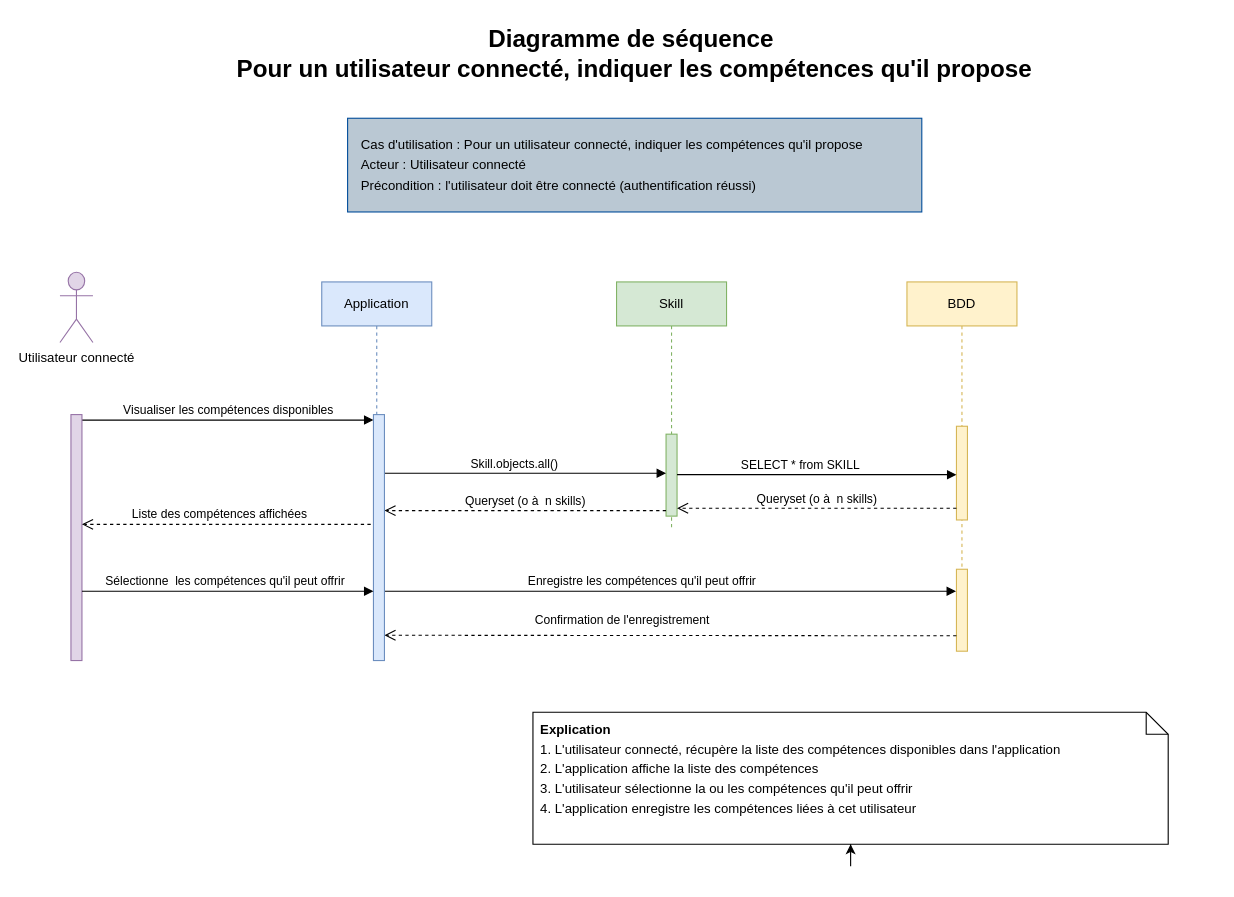
Before: page "diagramme de séquence" (3 of 4) of doc/UMLSkillsExchange.drawio in alfaro-b/Eval_Web_Python, a draw.io diagram. Source tidied: cells renumbered, new cells numbered last; positions are measured from the earlier drawing's top-left corner, leaving out a move shared by most shapes. Both pictures are drawn from the tidied source at 110%, with x=0, y=0 at pixel (59, 19).
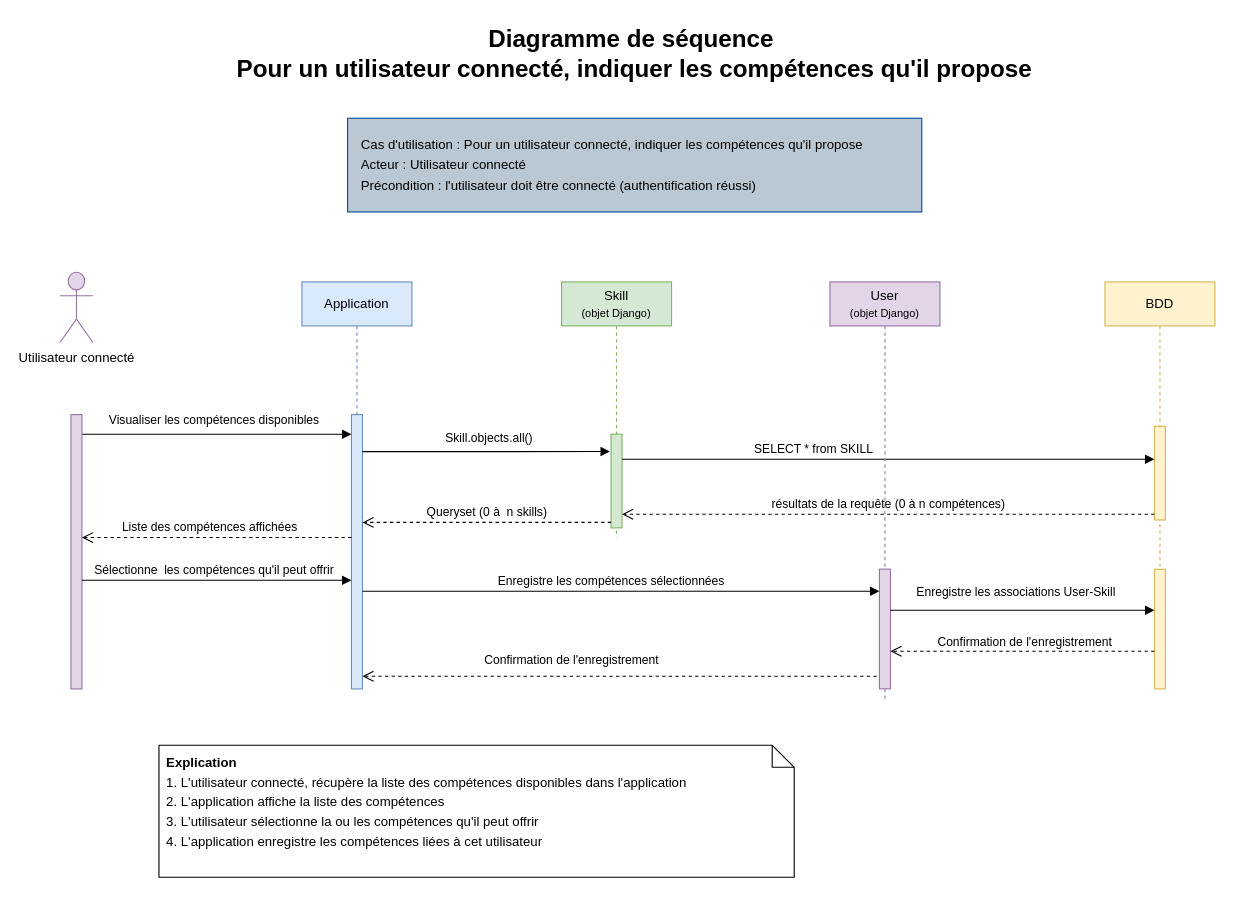
The same page after the edit.

The change refers to these unchanged cells:
```xml
<mxCell id="4" style="html=1;points=[[0,0,0,0,5],[0,1,0,0,-5],[1,0,0,0,5],[1,1,0,0,-5]];perimeter=orthogonalPerimeter;outlineConnect=0;targetShapes=umlLifeline;portConstraint=eastwest;newEdgeStyle={&quot;curved&quot;:0,&quot;rounded&quot;:0};fillColor=#fff2cc;strokeColor=#d6b656;" parent="2" vertex="1">
  <mxGeometry x="45" y="131.2" width="10" height="85.2" as="geometry" />
</mxCell>
```

Change to the diagram source:
```diff
@@
     <mxCell id="2" value="BDD" style="shape=umlLifeline;perimeter=lifelinePerimeter;whiteSpace=wrap;html=1;newEdgeStyle={&quot;curved&quot;:0,&quot;rounded&quot;:0};fillColor=#fff2cc;strokeColor=#d6b656;" parent="1" vertex="1">
-      <mxGeometry x="770" y="238.8" width="100" height="311.2" as="geometry" />
+      <mxGeometry x="950" y="238.8" width="100" height="370" as="geometry" />
     </mxCell>
     <mxCell id="3" style="html=1;points=[[0,0,0,0,5],[0,1,0,0,-5],[1,0,0,0,5],[1,1,0,0,-5]];perimeter=orthogonalPerimeter;outlineConnect=0;targetShapes=umlLifeline;portConstraint=eastwest;newEdgeStyle={&quot;curved&quot;:0,&quot;rounded&quot;:0};fillColor=#fff2cc;strokeColor=#d6b656;" parent="2" vertex="1">
-      <mxGeometry x="45" y="261.2" width="10" height="74.5" as="geometry" />
+      <mxGeometry x="45" y="261.2" width="10" height="108.8" as="geometry" />
     </mxCell>
@@
     <mxCell id="5" value="Application" style="shape=umlLifeline;perimeter=lifelinePerimeter;whiteSpace=wrap;html=1;newEdgeStyle={&quot;curved&quot;:0,&quot;rounded&quot;:0};fillColor=#dae8fc;strokeColor=#6c8ebf;" parent="1" vertex="1">
-      <mxGeometry x="238" y="238.8" width="100" height="344.2" as="geometry" />
+      <mxGeometry x="220" y="238.8" width="100" height="370" as="geometry" />
     </mxCell>
+    <mxCell id="17" style="html=1;points=[[0,0,0,0,5],[0,1,0,0,-5],[1,0,0,0,5],[1,1,0,0,-5]];perimeter=orthogonalPerimeter;outlineConnect=0;targetShapes=umlLifeline;portConstraint=eastwest;newEdgeStyle={&quot;curved&quot;:0,&quot;rounded&quot;:0};fillColor=#dae8fc;strokeColor=#6c8ebf;" parent="5" vertex="1">
+      <mxGeometry x="45" y="120.6" width="10" height="249.4" as="geometry" />
+    </mxCell>
-    <mxCell id="6" value="Skill" style="shape=umlLifeline;perimeter=lifelinePerimeter;whiteSpace=wrap;html=1;newEdgeStyle={&quot;curved&quot;:0,&quot;rounded&quot;:0};fillColor=#d5e8d4;strokeColor=#82b366;" parent="1" vertex="1">
-      <mxGeometry x="506" y="238.8" width="100" height="223.6" as="geometry" />
+    <mxCell id="6" value="Skill&lt;div&gt;&lt;font style=&quot;font-size: 10px;&quot;&gt;(objet Django)&lt;/font&gt;&lt;/div&gt;" style="shape=umlLifeline;perimeter=lifelinePerimeter;whiteSpace=wrap;html=1;newEdgeStyle={&quot;curved&quot;:0,&quot;rounded&quot;:0};fillColor=#d5e8d4;strokeColor=#82b366;" parent="1" vertex="1">
+      <mxGeometry x="456" y="238.8" width="100" height="232.4" as="geometry" />
     </mxCell>
     <mxCell id="7" style="html=1;points=[[0,0,0,0,5],[0,1,0,0,-5],[1,0,0,0,5],[1,1,0,0,-5]];perimeter=orthogonalPerimeter;outlineConnect=0;targetShapes=umlLifeline;portConstraint=eastwest;newEdgeStyle={&quot;curved&quot;:0,&quot;rounded&quot;:0};fillColor=#d5e8d4;strokeColor=#82b366;" parent="6" vertex="1">
-      <mxGeometry x="45" y="138.4" width="10" height="74.5" as="geometry" />
+      <mxGeometry x="45" y="138.4" width="10" height="85.2" as="geometry" />
     </mxCell>
@@
-    <mxCell id="9" value="Visualiser les compétences disponibles" style="html=1;verticalAlign=bottom;endArrow=block;curved=0;rounded=0;entryX=0;entryY=0;entryDx=0;entryDy=5;" parent="1" edge="1" source="10" target="17">
-      <mxGeometry relative="1" as="geometry" />
+    <mxCell id="9" value="Visualiser les compétences disponibles" style="html=1;verticalAlign=bottom;endArrow=block;curved=0;rounded=0;entryX=0;entryY=0;entryDx=0;entryDy=5;" parent="1" edge="1">
+      <mxGeometry x="-0.02" y="4" relative="1" as="geometry">
+        <mxPoint x="20" y="377.3" as="sourcePoint" />
+        <mxPoint x="265" y="377.3" as="targetPoint" />
+      </mxGeometry>
     </mxCell>
     <mxCell id="10" style="html=1;points=[[0,0,0,0,5],[0,1,0,0,-5],[1,0,0,0,5],[1,1,0,0,-5]];perimeter=orthogonalPerimeter;outlineConnect=0;targetShapes=umlLifeline;portConstraint=eastwest;newEdgeStyle={&quot;curved&quot;:0,&quot;rounded&quot;:0};fillColor=#e1d5e7;strokeColor=#9673a6;" parent="1" vertex="1">
-      <mxGeometry x="10" y="359.4" width="10" height="223.6" as="geometry" />
+      <mxGeometry x="10" y="359.4" width="10" height="249.4" as="geometry" />
     </mxCell>
-    <mxCell id="11" value="Skill.objects.all()" style="html=1;verticalAlign=bottom;endArrow=block;curved=0;rounded=0;" parent="1" edge="1" target="7">
-      <mxGeometry x="-0.08" relative="1" as="geometry">
-        <mxPoint x="295" y="412.7" as="sourcePoint" />
+    <mxCell id="11" value="Skill.objects.all()" style="html=1;verticalAlign=bottom;endArrow=block;curved=0;rounded=0;entryX=0.44;entryY=0.693;entryDx=0;entryDy=0;entryPerimeter=0;" parent="1" edge="1">
+      <mxGeometry x="0.02" y="3" relative="1" as="geometry">
+        <mxPoint x="275" y="393.1" as="sourcePoint" />
+        <mxPoint x="500" y="393" as="targetPoint" />
       </mxGeometry>
     </mxCell>
-    <mxCell id="12" value="Queryset (o à&amp;nbsp; n skills)" style="html=1;verticalAlign=bottom;endArrow=open;dashed=1;endSize=8;curved=0;rounded=0;exitX=0;exitY=1;exitDx=0;exitDy=-5;" parent="1" edge="1" source="7" target="17">
+    <mxCell id="12" value="Queryset (0 à&amp;nbsp; n skills)" style="html=1;verticalAlign=bottom;endArrow=open;dashed=1;endSize=8;curved=0;rounded=0;exitX=0;exitY=1;exitDx=0;exitDy=-5;" parent="1" edge="1" source="7" target="17">
       <mxGeometry relative="1" as="geometry" />
     </mxCell>
-    <mxCell id="13" value="Enregistre les compétences qu'il peut offrir" style="html=1;verticalAlign=bottom;endArrow=block;curved=0;rounded=0;" parent="1" edge="1">
-      <mxGeometry x="-0.1" relative="1" as="geometry">
-        <mxPoint x="295" y="520" as="sourcePoint" />
-        <mxPoint x="814.6" y="520" as="targetPoint" />
+    <mxCell id="13" value="Enregistre les compétences sélectionnées" style="html=1;verticalAlign=bottom;endArrow=block;curved=0;rounded=0;" parent="1" edge="1" target="25">
+      <mxGeometry x="-0.04" relative="1" as="geometry">
+        <mxPoint x="275" y="520" as="sourcePoint" />
       </mxGeometry>
     </mxCell>
-    <mxCell id="14" value="Confirmation de l'enregistrement" style="html=1;verticalAlign=bottom;endArrow=open;dashed=1;endSize=8;curved=0;rounded=0;exitX=0;exitY=1;exitDx=0;exitDy=-5;exitPerimeter=0;" parent="1" edge="1">
-      <mxGeometry x="0.17" y="-5" relative="1" as="geometry">
-        <mxPoint x="815" y="560.5" as="sourcePoint" />
-        <mxPoint x="295" y="560" as="targetPoint" />
+    <mxCell id="14" value="Confirmation de l'enregistrement" style="html=1;verticalAlign=bottom;endArrow=open;dashed=1;endSize=8;curved=0;rounded=0;" parent="1" edge="1" target="17">
+      <mxGeometry x="0.19" y="-5" relative="1" as="geometry">
+        <mxPoint x="742.5" y="597.3" as="sourcePoint" />
       </mxGeometry>
     </mxCell>
@@
-    <mxCell id="17" style="html=1;points=[[0,0,0,0,5],[0,1,0,0,-5],[1,0,0,0,5],[1,1,0,0,-5]];perimeter=orthogonalPerimeter;outlineConnect=0;targetShapes=umlLifeline;portConstraint=eastwest;newEdgeStyle={&quot;curved&quot;:0,&quot;rounded&quot;:0};fillColor=#dae8fc;strokeColor=#6c8ebf;" parent="1" vertex="1">
-      <mxGeometry x="285" y="359.4" width="10" height="223.6" as="geometry" />
-    </mxCell>
     <mxCell id="18" value="&lt;div style=&quot;line-height: 150%;&quot;&gt;&lt;b&gt;Explication&lt;/b&gt;&lt;div&gt;1. L'utilisateur connecté, récupère la liste des compétences disponibles dans l'application&lt;/div&gt;&lt;div&gt;2. L'application affiche la liste des compétences&lt;/div&gt;&lt;div&gt;3. L'utilisateur sélectionne la ou les compétences qu'il peut offrir&lt;/div&gt;&lt;div&gt;4. L'application enregistre les compétences liées à cet utilisateur&lt;/div&gt;&lt;div&gt;&lt;br&gt;&lt;/div&gt;&lt;/div&gt;" style="shape=note;size=20;whiteSpace=wrap;html=1;align=left;spacingLeft=5;" parent="1" vertex="1">
-      <mxGeometry x="430" y="630" width="577.5" height="120" as="geometry" />
+      <mxGeometry x="90" y="660" width="577.5" height="120" as="geometry" />
     </mxCell>
     <mxCell id="19" value="SELECT * from SKILL" style="html=1;verticalAlign=bottom;endArrow=block;curved=0;rounded=0;" parent="1" edge="1">
-      <mxGeometry x="-0.12" relative="1" as="geometry">
-        <mxPoint x="561" y="414" as="sourcePoint" />
-        <mxPoint x="815" y="414" as="targetPoint" />
+      <mxGeometry x="-0.28" relative="1" as="geometry">
+        <mxPoint x="511" y="400" as="sourcePoint" />
+        <mxPoint x="995" y="400" as="targetPoint" />
       </mxGeometry>
     </mxCell>
-    <mxCell id="20" value="Queryset (o à&amp;nbsp; n skills)" style="html=1;verticalAlign=bottom;endArrow=open;dashed=1;endSize=8;curved=0;rounded=0;" parent="1" edge="1" source="4">
+    <mxCell id="20" value="résultats de la requête (0 à n compétences)" style="html=1;verticalAlign=bottom;endArrow=open;dashed=1;endSize=8;curved=0;rounded=0;entryX=1;entryY=1;entryDx=0;entryDy=-5;entryPerimeter=0;" parent="1" edge="1">
       <mxGeometry relative="1" as="geometry">
-        <mxPoint x="561" y="444.5" as="targetPoint" />
+        <mxPoint x="995" y="450" as="sourcePoint" />
+        <mxPoint x="511" y="450" as="targetPoint" />
       </mxGeometry>
     </mxCell>
-    <mxCell id="21" value="Liste des compétences affichées" style="html=1;verticalAlign=bottom;endArrow=open;dashed=1;endSize=8;curved=0;rounded=0;exitX=0;exitY=1;exitDx=0;exitDy=-5;" parent="1" edge="1" target="10">
+    <mxCell id="21" value="Liste des compétences affichées" style="html=1;verticalAlign=bottom;endArrow=open;dashed=1;endSize=8;curved=0;rounded=0;" parent="1" edge="1">
       <mxGeometry x="0.05" relative="1" as="geometry">
-        <mxPoint x="282.5" y="459.2" as="sourcePoint" />
+        <mxPoint x="265" y="471.2" as="sourcePoint" />
+        <mxPoint x="20" y="471.2" as="targetPoint" />
       </mxGeometry>
     </mxCell>
     <mxCell id="22" value="Sélectionne&amp;nbsp; les compétences qu'il peut offrir" style="html=1;verticalAlign=bottom;endArrow=block;curved=0;rounded=0;" parent="1" edge="1">
       <mxGeometry x="-0.02" relative="1" as="geometry">
-        <mxPoint x="20" y="520" as="sourcePoint" />
-        <mxPoint x="285" y="520" as="targetPoint" />
+        <mxPoint x="20" y="510" as="sourcePoint" />
+        <mxPoint x="265" y="510" as="targetPoint" />
       </mxGeometry>
     </mxCell>
-    <mxCell id="23" style="edgeStyle=orthogonalEdgeStyle;rounded=0;orthogonalLoop=1;jettySize=auto;html=1;innerLoopWaypoints=1;exitX=0.5;exitY=1;exitDx=0;exitDy=0;exitPerimeter=0;defaultLabelBackgroundColor=page;labelPadding=0 4;" parent="1" edge="1" source="18" target="18">
-      <mxGeometry relative="1" as="geometry" />
-    </mxCell>
+    <mxCell id="24" value="User&lt;div&gt;&lt;font style=&quot;font-size: 10px;&quot;&gt;(objet Django)&lt;/font&gt;&lt;/div&gt;" style="shape=umlLifeline;perimeter=lifelinePerimeter;whiteSpace=wrap;html=1;newEdgeStyle={&quot;curved&quot;:0,&quot;rounded&quot;:0};fillColor=#e1d5e7;strokeColor=#9673a6;" parent="1" vertex="1">
+      <mxGeometry x="700" y="238.8" width="100" height="381.2" as="geometry" />
+    </mxCell>
+    <mxCell id="25" style="html=1;points=[[0,0,0,0,5],[0,1,0,0,-5],[1,0,0,0,5],[1,1,0,0,-5]];perimeter=orthogonalPerimeter;outlineConnect=0;targetShapes=umlLifeline;portConstraint=eastwest;newEdgeStyle={&quot;curved&quot;:0,&quot;rounded&quot;:0};fillColor=#e1d5e7;strokeColor=#9673a6;" parent="24" vertex="1">
+      <mxGeometry x="45" y="261.1" width="10" height="108.8" as="geometry" />
+    </mxCell>
+    <mxCell id="26" value="Enregistre les associations User-Skill" style="html=1;verticalAlign=bottom;endArrow=block;curved=0;rounded=0;" parent="1" edge="1" target="3">
+      <mxGeometry x="-0.05" y="7" relative="1" as="geometry">
+        <mxPoint x="755" y="537.3" as="sourcePoint" />
+      </mxGeometry>
+    </mxCell>
+    <mxCell id="27" value="Confirmation de l'enregistrement" style="html=1;verticalAlign=bottom;endArrow=open;dashed=1;endSize=8;curved=0;rounded=0;" parent="1" edge="1">
+      <mxGeometry x="-0.02" relative="1" as="geometry">
+        <mxPoint x="995" y="574.5" as="sourcePoint" />
+        <mxPoint x="755" y="574.5" as="targetPoint" />
+      </mxGeometry>
+    </mxCell>
```
